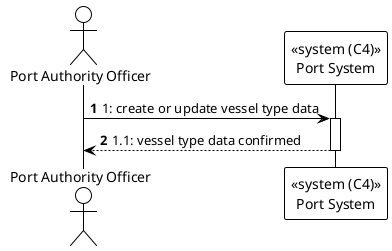
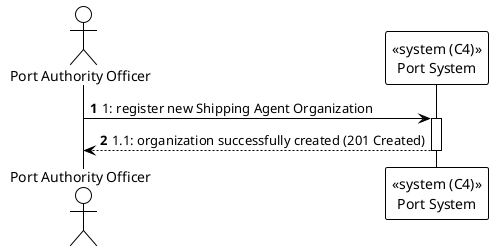
@startuml
!theme plain
autonumber

actor "Port Authority Officer" as Officer
- participant "<<system (C4)>>\nPort System" as AIT
+ participant "<<system (C4)>>\nPort System" as PortSystem

- Officer -> AIT : 1: create or update vessel type data
- activate AIT
- AIT --> Officer : 1.1: vessel type data confirmed
- deactivate AIT
+ Officer -> PortSystem : 1: register new Shipping Agent Organization
+ activate PortSystem
+ PortSystem --> Officer : 1.1: organization successfully created (201 Created)
+ deactivate PortSystem

- @enduml+ @enduml
